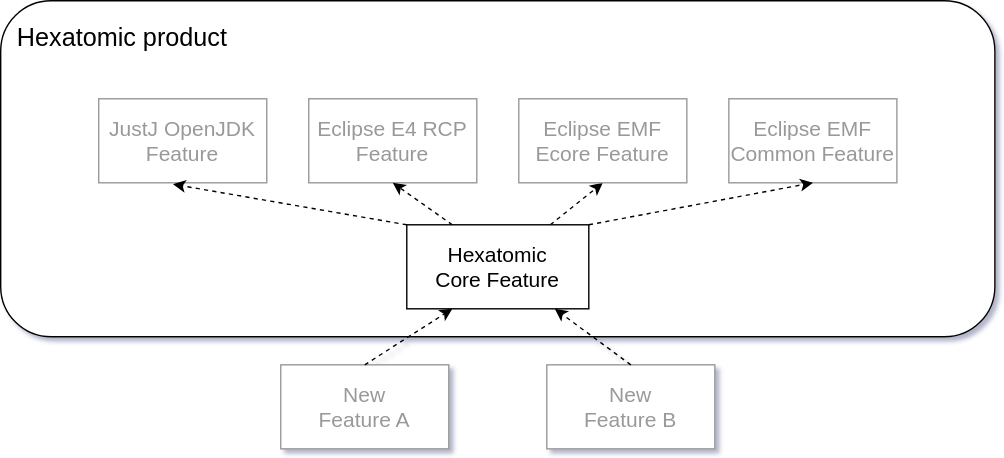
Earlier version of the draw.io export docs/dev/src/development/architecture/product.svg (hexatomic/hexatomic). Source tidied: cells renumbered, new cells last; positions are measured from the earlier drawing's top-left corner, leaving out a move shared by most shapes.
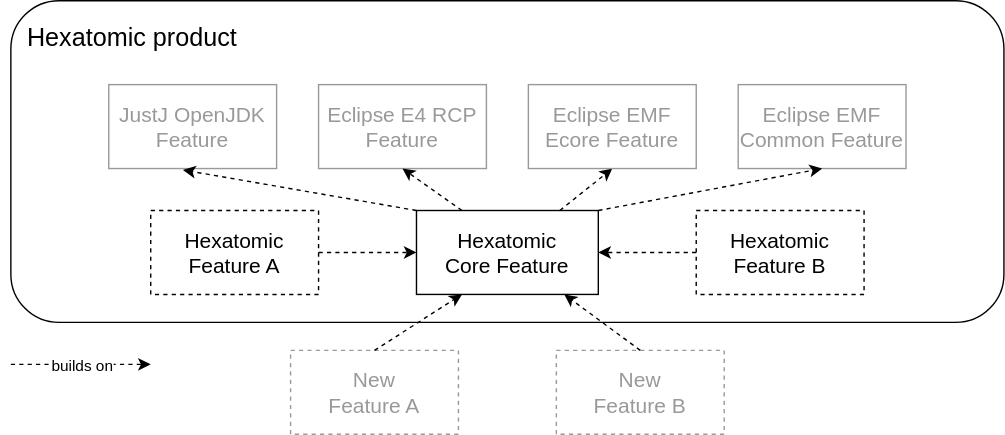
After the change.

Commit message:
Document modularization

What changed in the source:
```diff
@@ -3,7 +3,7 @@
     <mxCell id="0" />
     <mxCell id="1" parent="0" />
     <mxCell id="2" value="&lt;div style=&quot;font-size: 18px&quot;&gt;Hexatomic product&lt;br style=&quot;font-size: 18px&quot;&gt;&lt;/div&gt;" style="rounded=1;whiteSpace=wrap;html=1;verticalAlign=top;align=left;spacingLeft=10;fontSize=18;spacingTop=10;" parent="1" vertex="1">
-      <mxGeometry width="710" height="240" as="geometry" />
+      <mxGeometry y="10" width="710" height="230" as="geometry" />
     </mxCell>
     <mxCell id="3" style="endArrow=classic;html=1;fontSize=24;entryX=0.5;entryY=1;entryDx=0;entryDy=0;dashed=1;" parent="1" edge="1" source="4" target="9">
       <mxGeometry relative="1" as="geometry" />
@@ -11,10 +11,10 @@
     <mxCell id="4" value="Hexatomic&lt;br style=&quot;font-size: 15px;&quot;&gt;Core Feature&lt;br style=&quot;font-size: 15px;&quot;&gt;" style="rounded=0;fontSize=15;align=center;whiteSpace=wrap;html=1;" parent="1" vertex="1">
       <mxGeometry x="290" y="160" width="130" height="60" as="geometry" />
     </mxCell>
-    <mxCell id="5" value="&lt;div&gt;New&lt;/div&gt;&lt;div&gt;Feature A&lt;/div&gt;" style="rounded=0;whiteSpace=wrap;html=1;fontSize=15;align=center;strokeColor=#999999;fontColor=#999999;" parent="1" vertex="1">
+    <mxCell id="5" value="&lt;div&gt;New&lt;/div&gt;&lt;div&gt;Feature A&lt;/div&gt;" style="rounded=0;whiteSpace=wrap;html=1;fontSize=15;align=center;strokeColor=#999999;fontColor=#999999;dashed=1;" parent="1" vertex="1">
       <mxGeometry x="200" y="260" width="120" height="60" as="geometry" />
     </mxCell>
-    <mxCell id="6" value="New&lt;div&gt;Feature B&lt;/div&gt;" style="rounded=0;whiteSpace=wrap;html=1;fontSize=15;align=center;strokeColor=#999999;fontColor=#999999;" parent="1" vertex="1">
+    <mxCell id="6" value="New&lt;div&gt;Feature B&lt;/div&gt;" style="rounded=0;whiteSpace=wrap;html=1;fontSize=15;align=center;strokeColor=#999999;fontColor=#999999;dashed=1;" parent="1" vertex="1">
       <mxGeometry x="390" y="260" width="120" height="60" as="geometry" />
     </mxCell>
     <mxCell id="7" style="endArrow=classic;html=1;fontSize=24;entryX=0.25;entryY=1;entryDx=0;entryDy=0;dashed=1;exitX=0.5;exitY=0;exitDx=0;exitDy=0;" parent="1" edge="1" source="5" target="4">
@@ -44,5 +44,26 @@
     <mxCell id="15" style="endArrow=classic;html=1;fontSize=24;entryX=0.442;entryY=1.017;entryDx=0;entryDy=0;dashed=1;exitX=0;exitY=0;exitDx=0;exitDy=0;entryPerimeter=0;" parent="1" edge="1" source="4" target="14">
       <mxGeometry relative="1" as="geometry" />
     </mxCell>
+    <mxCell id="16" value="Hexatomic Feature A" style="rounded=0;whiteSpace=wrap;html=1;fontSize=15;align=center;dashed=1;" parent="1" vertex="1">
+      <mxGeometry x="100" y="160" width="120" height="60" as="geometry" />
+    </mxCell>
+    <mxCell id="17" value="Hexatomic Feature B" style="rounded=0;whiteSpace=wrap;html=1;fontSize=15;align=center;dashed=1;" parent="1" vertex="1">
+      <mxGeometry x="490" y="160" width="120" height="60" as="geometry" />
+    </mxCell>
+    <mxCell id="18" style="endArrow=classic;html=1;fontSize=24;entryX=0;entryY=0.5;entryDx=0;entryDy=0;dashed=1;exitX=1;exitY=0.5;exitDx=0;exitDy=0;" parent="1" edge="1" source="16" target="4">
+      <mxGeometry relative="1" as="geometry" />
+    </mxCell>
+    <mxCell id="19" style="endArrow=classic;html=1;fontSize=24;dashed=1;exitX=0;exitY=0.5;exitDx=0;exitDy=0;entryX=1;entryY=0.5;entryDx=0;entryDy=0;" parent="1" edge="1" source="17" target="4">
+      <mxGeometry relative="1" as="geometry" />
+    </mxCell>
+    <mxCell id="20" style="endArrow=classic;html=1;fontColor=#000000;dashed=1;" parent="1" edge="1">
+      <mxGeometry relative="1" as="geometry">
+        <mxPoint y="270" as="sourcePoint" />
+        <mxPoint x="100" y="270" as="targetPoint" />
+      </mxGeometry>
+    </mxCell>
+    <mxCell id="21" value="&lt;div&gt;builds on&lt;/div&gt;" style="edgeLabel;html=1;align=center;verticalAlign=middle;" parent="20" vertex="1">
+      <mxGeometry relative="1" as="geometry" />
+    </mxCell>
   </root>
 </mxGraphModel>
```
